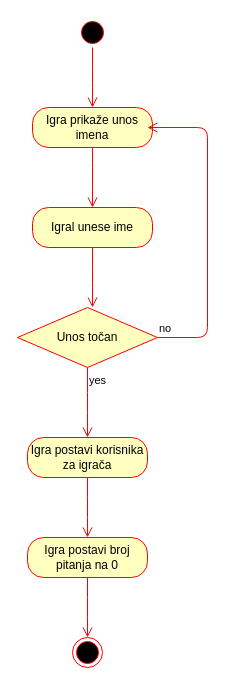
This is page "Activity: Unos igrača" (4 of 8) of Untitled Diagram.drawio from Jasna-12345/Milijunas, a draw.io file, before an edit. Source tidied: cells renumbered, new cells numbered last; positions are measured from the earlier drawing's top-left corner, leaving out a move shared by most shapes. Both pictures are drawn from the tidied source at 100%, with x=0, y=0 at pixel (17, 17).
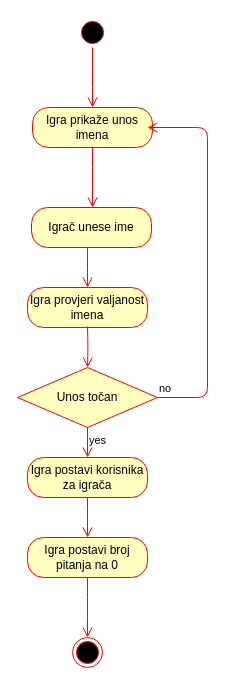
The same page after the edit.

The change refers to these unchanged cells:
```xml
<mxCell id="5" value="Igra prikaže unos imena" style="rounded=1;whiteSpace=wrap;html=1;arcSize=40;fontColor=#000000;fillColor=#ffffc0;strokeColor=#ff0000;" parent="1" vertex="1">
  <mxGeometry x="15" y="90" width="120" height="40" as="geometry" />
</mxCell>
```

The edit, as a diff of the source:
```diff
@@
-    <mxCell id="7" value="Igral unese ime" style="rounded=1;whiteSpace=wrap;html=1;arcSize=40;fontColor=#000000;fillColor=#ffffc0;strokeColor=#ff0000;" parent="1" vertex="1">
-      <mxGeometry x="15" y="190" width="120" height="40" as="geometry" />
+    <mxCell id="7" value="Igrač unese ime" style="rounded=1;whiteSpace=wrap;html=1;arcSize=40;fontColor=#000000;fillColor=#ffffc0;strokeColor=#ff0000;" parent="1" vertex="1">
+      <mxGeometry x="14" y="190" width="120" height="40" as="geometry" />
     </mxCell>
     <mxCell id="8" style="edgeStyle=orthogonalEdgeStyle;html=1;verticalAlign=bottom;endArrow=open;endSize=8;strokeColor=#ff0000;" parent="1" edge="1" source="7">
       <mxGeometry relative="1" as="geometry">
-        <mxPoint x="75" y="290" as="targetPoint" />
+        <mxPoint x="70" y="270" as="targetPoint" />
+        <Array as="points">
+          <mxPoint x="70" y="260" />
+          <mxPoint x="70" y="260" />
+        </Array>
       </mxGeometry>
     </mxCell>
     <mxCell id="9" value="Unos točan" style="rhombus;whiteSpace=wrap;html=1;fillColor=#ffffc0;strokeColor=#ff0000;" parent="1" vertex="1">
-      <mxGeometry y="290" width="140" height="60" as="geometry" />
+      <mxGeometry y="350" width="140" height="60" as="geometry" />
     </mxCell>
     <mxCell id="10" value="no" style="edgeStyle=orthogonalEdgeStyle;html=1;align=left;verticalAlign=bottom;endArrow=open;endSize=8;strokeColor=#ff0000;exitX=1;exitY=0.5;exitDx=0;exitDy=0;entryX=0.958;entryY=0.5;entryDx=0;entryDy=0;entryPerimeter=0;" parent="1" edge="1" source="9" target="5">
       <mxGeometry x="-1" relative="1" as="geometry">
         <Array as="points">
-          <mxPoint x="190" y="320" />
+          <mxPoint x="190" y="380" />
           <mxPoint x="190" y="110" />
         </Array>
       </mxGeometry>
     </mxCell>
-    <mxCell id="11" value="yes" style="edgeStyle=orthogonalEdgeStyle;html=1;align=left;verticalAlign=top;endArrow=open;endSize=8;strokeColor=#ff0000;" parent="1" edge="1" source="9">
+    <mxCell id="11" value="yes" style="edgeStyle=orthogonalEdgeStyle;html=1;align=left;verticalAlign=top;endArrow=open;endSize=8;strokeColor=#ff0000;entryX=0.5;entryY=0;entryDx=0;entryDy=0;" parent="1" edge="1" source="9" target="12">
       <mxGeometry x="-1" relative="1" as="geometry">
-        <mxPoint x="70" y="420" as="targetPoint" />
+        <Array as="points">
+          <mxPoint x="74" y="380" />
+          <mxPoint x="70" y="380" />
+          <mxPoint x="70" y="430" />
+        </Array>
       </mxGeometry>
     </mxCell>
     <mxCell id="12" value="Igra postavi korisnika za igrača" style="rounded=1;whiteSpace=wrap;html=1;arcSize=40;fontColor=#000000;fillColor=#ffffc0;strokeColor=#ff0000;" parent="1" vertex="1">
-      <mxGeometry x="10" y="420" width="120" height="40" as="geometry" />
+      <mxGeometry x="10" y="440" width="120" height="40" as="geometry" />
     </mxCell>
@@
+    <mxCell id="16" value="Igra provjeri valjanost imena" style="rounded=1;whiteSpace=wrap;html=1;arcSize=40;fontColor=#000000;fillColor=#ffffc0;strokeColor=#ff0000;" parent="1" vertex="1">
+      <mxGeometry x="10" y="270" width="120" height="40" as="geometry" />
+    </mxCell>
+    <mxCell id="17" style="edgeStyle=orthogonalEdgeStyle;html=1;verticalAlign=bottom;endArrow=open;endSize=8;strokeColor=#ff0000;" parent="1" edge="1" target="9">
+      <mxGeometry relative="1" as="geometry">
+        <mxPoint x="70" y="309" as="sourcePoint" />
+      </mxGeometry>
+    </mxCell>
```
